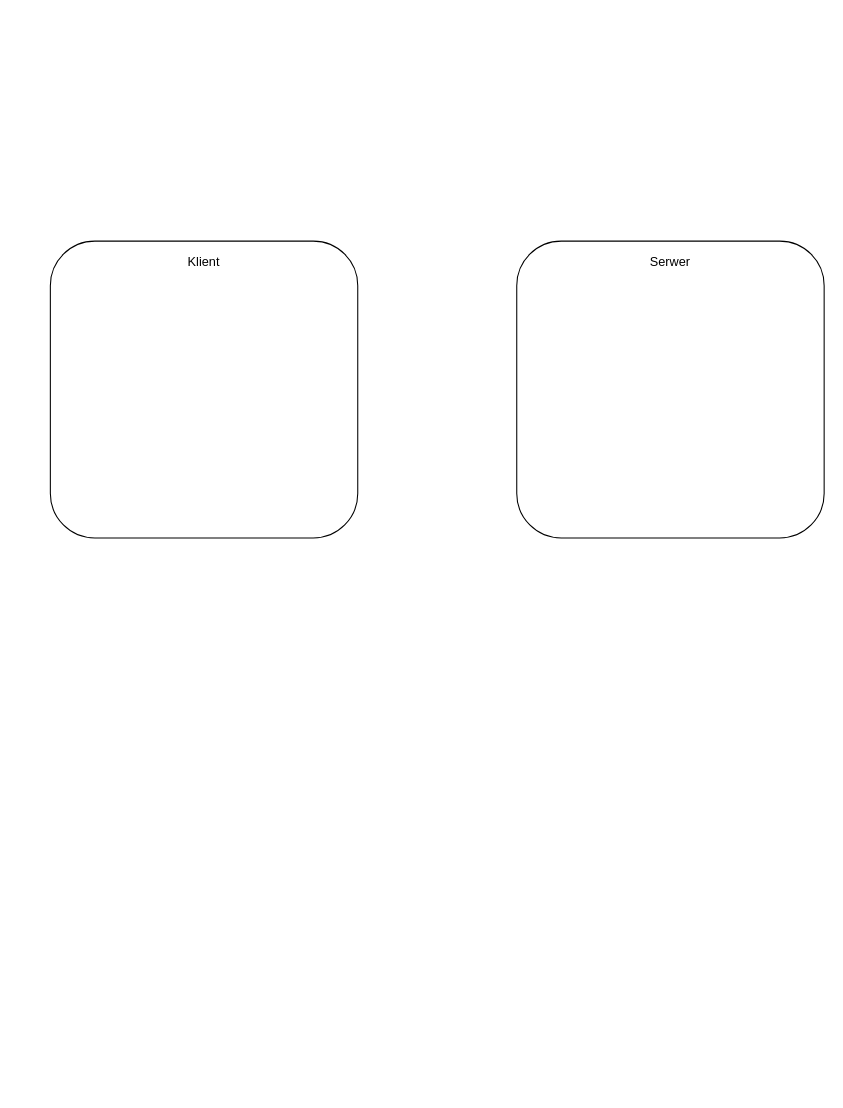
Mitchu727/SKPS---gesture-recoqnition keeps this draw.io diagram as dokumentacja/opis_systemu.drawio. Above is the earlier version. Source tidied: cells renumbered, new cells numbered last; positions are measured from the earlier drawing's top-left corner, leaving out a move shared by most shapes. Both pictures are drawn from the tidied source at 106%, with x=0, y=0 at pixel (50, 241). Pictures stored in the file or linked from it are replaced by grey dashed boxes.
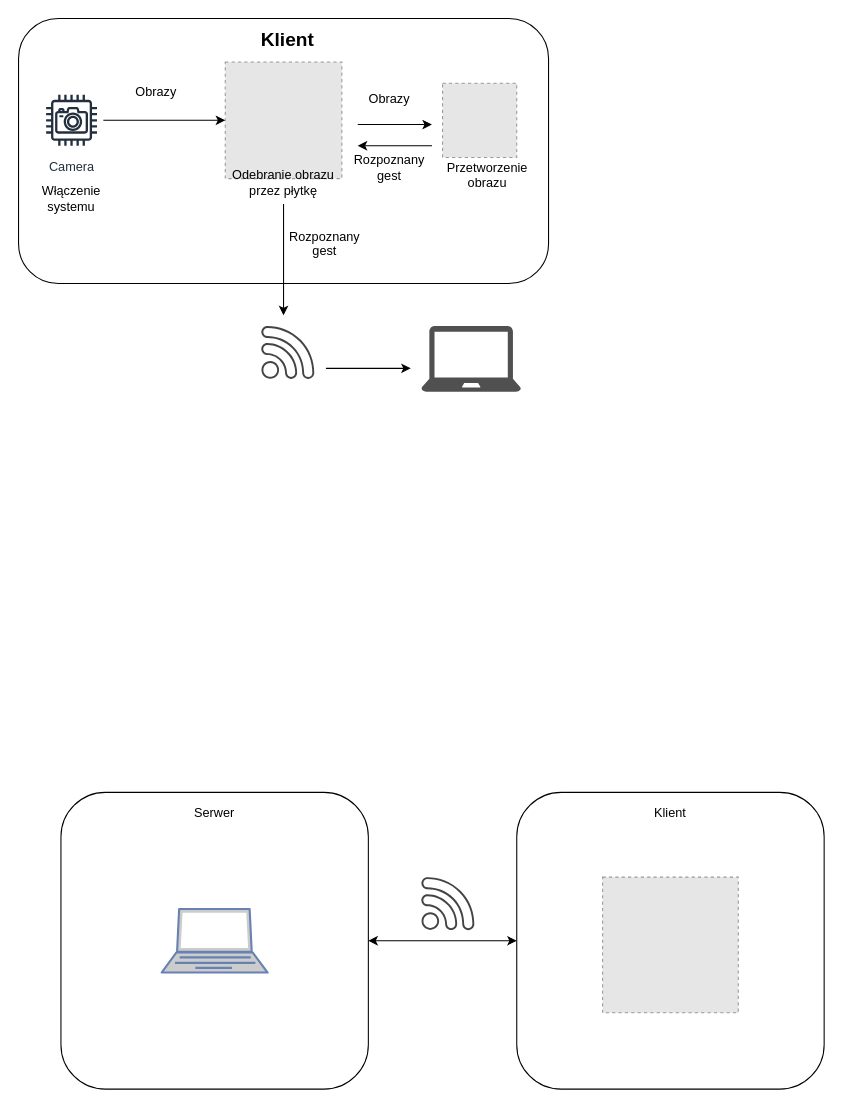
The same diagram, later.

Commit message:
Klient schema

Diff of the diagram source:
```diff
@@
+    <mxCell id="6" style="rounded=1;whiteSpace=wrap;html=1;" parent="1" vertex="1">
+      <mxGeometry x="-30" y="-210" width="500" height="250" as="geometry" />
+    </mxCell>
+    <mxCell id="7" value="&lt;div&gt;Włączenie systemu &lt;br&gt;&lt;/div&gt;" style="text;html=1;strokeColor=none;fillColor=none;align=center;verticalAlign=middle;whiteSpace=wrap;rounded=0;" parent="1" vertex="1">
+      <mxGeometry y="-50" width="40" height="20" as="geometry" />
+    </mxCell>
     <mxCell id="2" style="rounded=1;whiteSpace=wrap;html=1;align=center;" parent="1" vertex="1">
-      <mxGeometry width="290" height="280" as="geometry" />
+      <mxGeometry x="440" y="520" width="290" height="280" as="geometry" />
     </mxCell>
     <mxCell id="3" value="Klient" style="text;html=1;strokeColor=none;fillColor=none;align=center;verticalAlign=middle;whiteSpace=wrap;rounded=0;" parent="1" vertex="1">
-      <mxGeometry x="125" y="10" width="40" height="20" as="geometry" />
+      <mxGeometry x="565" y="530" width="40" height="20" as="geometry" />
     </mxCell>
     <mxCell id="4" style="rounded=1;whiteSpace=wrap;html=1;align=center;" parent="1" vertex="1">
-      <mxGeometry x="440" width="290" height="280" as="geometry" />
+      <mxGeometry x="10" y="520" width="290" height="280" as="geometry" />
     </mxCell>
     <mxCell id="5" value="&lt;div&gt;Serwer&lt;/div&gt;" style="text;html=1;strokeColor=none;fillColor=none;align=center;verticalAlign=middle;whiteSpace=wrap;rounded=0;" parent="1" vertex="1">
-      <mxGeometry x="565" y="10" width="40" height="20" as="geometry" />
+      <mxGeometry x="135" y="530" width="40" height="20" as="geometry" />
     </mxCell>
+    <mxCell id="8" style="fontColor=#0066CC;verticalAlign=top;verticalLabelPosition=bottom;labelPosition=center;align=center;html=1;fillColor=#CCCCCC;strokeColor=#6881B3;gradientColor=none;gradientDirection=north;strokeWidth=2;shape=mxgraph.networks.laptop;" parent="1" vertex="1">
+      <mxGeometry x="105" y="630" width="100" height="60" as="geometry" />
+    </mxCell>
+    <mxCell id="9" style="fillColor=#E6E6E6;strokeColor=#999999;dashed=1;html=1;verticalAlign=top;verticalLabelPosition=bottom;labelBackgroundColor=#ffffff;" parent="1" vertex="1">
+      <mxGeometry x="521" y="600" width="128" height="128" as="geometry" />
+    </mxCell>
+    <mxCell id="10" style="shadow=0;dashed=0;html=1;strokeColor=none;fillColor=#434445;labelPosition=center;verticalLabelPosition=bottom;verticalAlign=top;align=center;shape=mxgraph.vvd.wi_fi;" parent="1" vertex="1">
+      <mxGeometry x="350" y="600" width="50" height="50" as="geometry" />
+    </mxCell>
+    <mxCell id="11" style="endArrow=classic;startArrow=classic;html=1;" parent="1" edge="1" source="4" target="2">
+      <mxGeometry relative="1" as="geometry" />
+    </mxCell>
+    <mxCell id="12" value="Camera" style="outlineConnect=0;fontColor=#232F3E;gradientColor=none;strokeColor=#232F3E;fillColor=#ffffff;dashed=0;verticalLabelPosition=bottom;verticalAlign=top;align=center;html=1;fontSize=12;fontStyle=0;shape=mxgraph.aws4.resourceIcon;resIcon=mxgraph.aws4.camera;" parent="1" vertex="1">
+      <mxGeometry x="-10" y="-144" width="60" height="60" as="geometry" />
+    </mxCell>
+    <mxCell id="13" style="fillColor=#E6E6E6;strokeColor=#999999;dashed=1;html=1;verticalAlign=top;verticalLabelPosition=bottom;labelBackgroundColor=#ffffff;" parent="1" vertex="1">
+      <mxGeometry x="165" y="-169" width="110" height="110" as="geometry" />
+    </mxCell>
+    <mxCell id="14" value="Odebranie obrazu przez płytkę" style="text;html=1;strokeColor=none;fillColor=none;align=center;verticalAlign=middle;whiteSpace=wrap;rounded=0;" parent="1" vertex="1">
+      <mxGeometry x="165" y="-75" width="110" height="40" as="geometry" />
+    </mxCell>
+    <mxCell id="15" value="Obrazy" style="text;html=1;strokeColor=none;fillColor=none;align=center;verticalAlign=middle;whiteSpace=wrap;rounded=0;" parent="1" vertex="1">
+      <mxGeometry x="80" y="-150" width="40" height="20" as="geometry" />
+    </mxCell>
+    <mxCell id="16" style="endArrow=classic;html=1;entryX=0;entryY=0.5;entryDx=0;entryDy=0;" parent="1" edge="1" source="12" target="13">
+      <mxGeometry relative="1" as="geometry" />
+    </mxCell>
+    <mxCell id="17" style="fillColor=#E6E6E6;strokeColor=#999999;dashed=1;html=1;verticalAlign=top;verticalLabelPosition=bottom;labelBackgroundColor=#ffffff;" parent="1" vertex="1">
+      <mxGeometry x="370" y="-149" width="70" height="70" as="geometry" />
+    </mxCell>
+    <mxCell id="18" value="&lt;div&gt;Przetworzenie obrazu&lt;/div&gt;&lt;div&gt;&lt;br&gt;&lt;/div&gt;" style="text;html=1;strokeColor=none;fillColor=none;align=center;verticalAlign=middle;whiteSpace=wrap;rounded=0;" parent="1" vertex="1">
+      <mxGeometry x="370" y="-70" width="85" height="30" as="geometry" />
+    </mxCell>
+    <mxCell id="19" style="endArrow=classic;html=1;" parent="1" edge="1">
+      <mxGeometry relative="1" as="geometry">
+        <mxPoint x="290" y="-110" as="sourcePoint" />
+        <mxPoint x="360" y="-110" as="targetPoint" />
+      </mxGeometry>
+    </mxCell>
+    <mxCell id="20" value="Obrazy" style="text;html=1;strokeColor=none;fillColor=none;align=center;verticalAlign=middle;whiteSpace=wrap;rounded=0;" parent="1" vertex="1">
+      <mxGeometry x="300" y="-144" width="40" height="20" as="geometry" />
+    </mxCell>
+    <mxCell id="21" style="endArrow=classic;html=1;" parent="1" edge="1">
+      <mxGeometry relative="1" as="geometry">
+        <mxPoint x="360" y="-90" as="sourcePoint" />
+        <mxPoint x="290" y="-90" as="targetPoint" />
+      </mxGeometry>
+    </mxCell>
+    <mxCell id="22" value="&lt;div&gt;Rozpoznany gest&lt;/div&gt;" style="text;html=1;strokeColor=none;fillColor=none;align=center;verticalAlign=middle;whiteSpace=wrap;rounded=0;" parent="1" vertex="1">
+      <mxGeometry x="300" y="-79" width="40" height="20" as="geometry" />
+    </mxCell>
+    <mxCell id="23" style="endArrow=classic;html=1;exitX=0.5;exitY=1;exitDx=0;exitDy=0;" parent="1" edge="1" source="14">
+      <mxGeometry relative="1" as="geometry">
+        <mxPoint x="220" y="70" as="targetPoint" />
+      </mxGeometry>
+    </mxCell>
+    <mxCell id="24" style="shadow=0;dashed=0;html=1;strokeColor=none;fillColor=#434445;labelPosition=center;verticalLabelPosition=bottom;verticalAlign=top;align=center;shape=mxgraph.vvd.wi_fi;" parent="1" vertex="1">
+      <mxGeometry x="199" y="80" width="50" height="50" as="geometry" />
+    </mxCell>
+    <mxCell id="25" value="&lt;div&gt;Rozpoznany gest&lt;/div&gt;&lt;div&gt;&lt;br&gt;&lt;/div&gt;" style="text;html=1;strokeColor=none;fillColor=none;align=center;verticalAlign=middle;whiteSpace=wrap;rounded=0;" parent="1" vertex="1">
+      <mxGeometry x="239" width="40" height="20" as="geometry" />
+    </mxCell>
+    <mxCell id="26" value="Klient" style="text;html=1;strokeColor=none;fillColor=none;align=center;verticalAlign=middle;whiteSpace=wrap;rounded=0;fontSize=18;fontStyle=1;" parent="1" vertex="1">
+      <mxGeometry x="204" y="-200" width="40" height="20" as="geometry" />
+    </mxCell>
+    <mxCell id="27" style="endArrow=classic;html=1;" parent="1" edge="1">
+      <mxGeometry relative="1" as="geometry">
+        <mxPoint x="260" y="120" as="sourcePoint" />
+        <mxPoint x="340" y="120" as="targetPoint" />
+      </mxGeometry>
+    </mxCell>
+    <mxCell id="28" style="shadow=0;dashed=0;html=1;strokeColor=none;fillColor=#505050;labelPosition=center;verticalLabelPosition=bottom;verticalAlign=top;align=center;shape=mxgraph.office.devices.laptop;fontSize=18;" parent="1" vertex="1">
+      <mxGeometry x="350" y="80" width="94" height="62" as="geometry" />
+    </mxCell>
```
